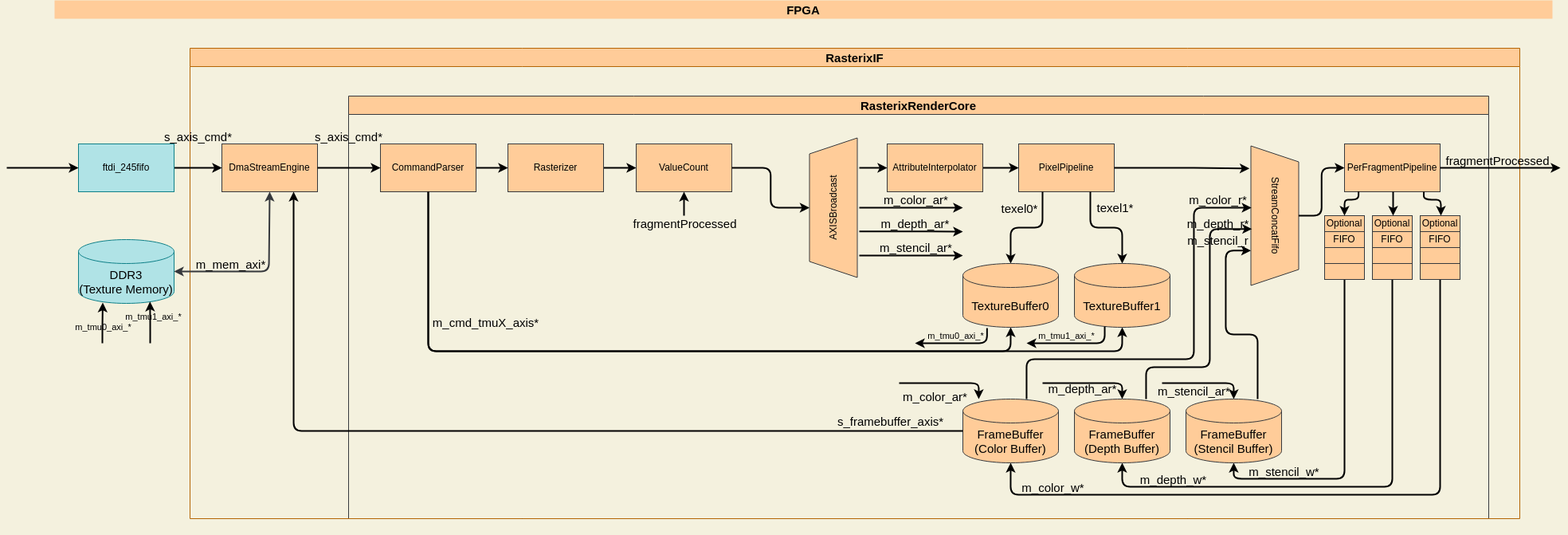
ToNi3141/Rasterix keeps this draw.io diagram as pictures/fpgaFlow.drawio.png. Above is the earlier version. Source tidied: cells renumbered, new cells last; positions are measured from the earlier drawing's top-left corner, leaving out a move shared by most shapes.
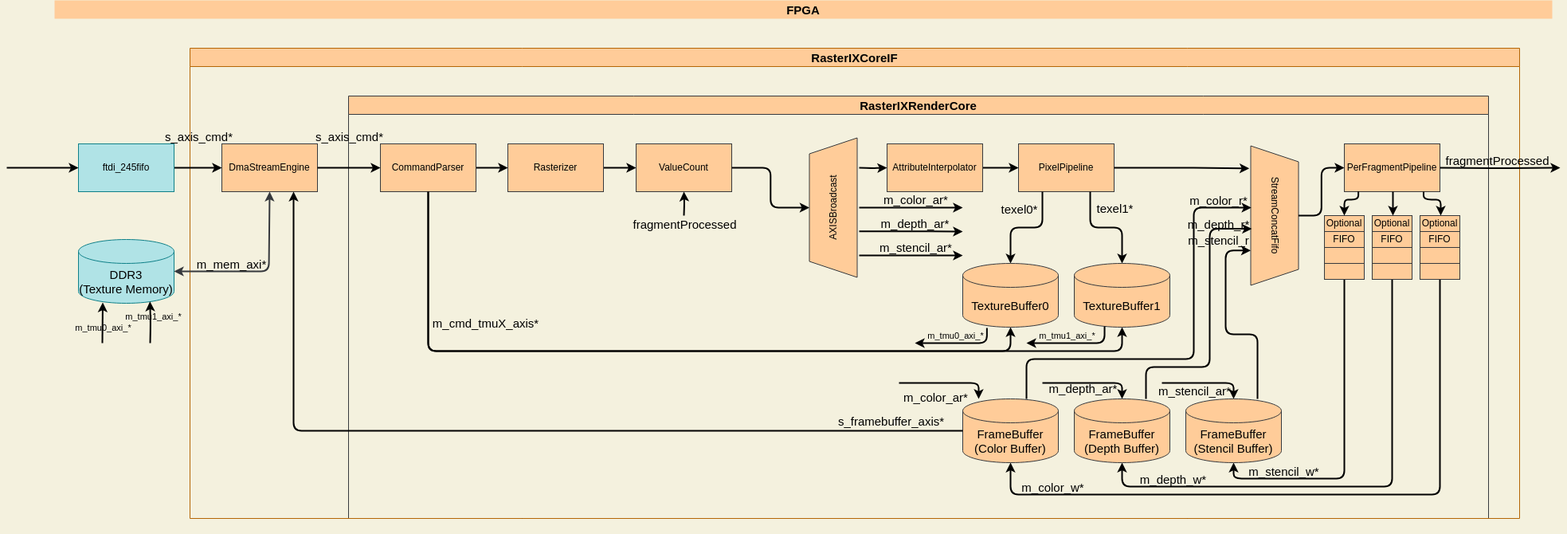
Above is the later version.

Change to the diagram source:
```diff
@@ -5,7 +5,7 @@
     <mxCell id="2" value="FPGA" style="swimlane;labelBackgroundColor=none;fontSize=15;fillColor=#ffcc99;strokeColor=none;fontColor=#000000;" parent="1" vertex="1">
       <mxGeometry x="60" width="1880" height="670" as="geometry" />
     </mxCell>
-    <mxCell id="3" value="RasterixRenderCore" style="swimlane;labelBackgroundColor=none;fontSize=15;fillColor=#ffcc99;strokeColor=#36393d;fontColor=#000000;" parent="2" vertex="1">
+    <mxCell id="3" value="RasterIXRenderCore" style="swimlane;labelBackgroundColor=none;fontSize=15;fillColor=#ffcc99;strokeColor=#36393d;fontColor=#000000;" parent="2" vertex="1">
       <mxGeometry x="369" y="120" width="1431" height="530" as="geometry" />
     </mxCell>
     <mxCell id="4" style="edgeStyle=orthogonalEdgeStyle;html=1;exitX=1;exitY=0.5;exitDx=0;exitDy=0;labelBackgroundColor=none;fontSize=15;fontColor=#000000;startArrow=none;startFill=0;strokeColor=#000000;strokeWidth=2;" parent="3" edge="1" source="5" target="7">
@@ -20,7 +20,7 @@
     <mxCell id="7" value="Rasterizer" style="rounded=0;whiteSpace=wrap;html=1;fillColor=#ffcc99;strokeColor=#36393d;fontColor=#000000;" parent="3" vertex="1">
       <mxGeometry x="200" y="60" width="120" height="60" as="geometry" />
     </mxCell>
-    <mxCell id="8" value="RasterixIF" style="swimlane;fillColor=#FFCC99;strokeColor=#b46504;fontColor=#000000;fontSize=15;startSize=23;" parent="3" vertex="1">
+    <mxCell id="8" value="RasterIXCoreIF" style="swimlane;fillColor=#FFCC99;strokeColor=#b46504;fontColor=#000000;fontSize=15;startSize=23;" parent="3" vertex="1">
       <mxGeometry x="-199" y="-60" width="1669" height="590" as="geometry" />
     </mxCell>
     <mxCell id="9" value="FrameBuffer&lt;br&gt;(Stencil Buffer)" style="shape=cylinder3;whiteSpace=wrap;html=1;boundedLbl=1;backgroundOutline=1;size=15;labelBackgroundColor=none;fontSize=15;fillColor=#ffcc99;strokeColor=#36393d;fontColor=#000000;" parent="8" vertex="1">
```
